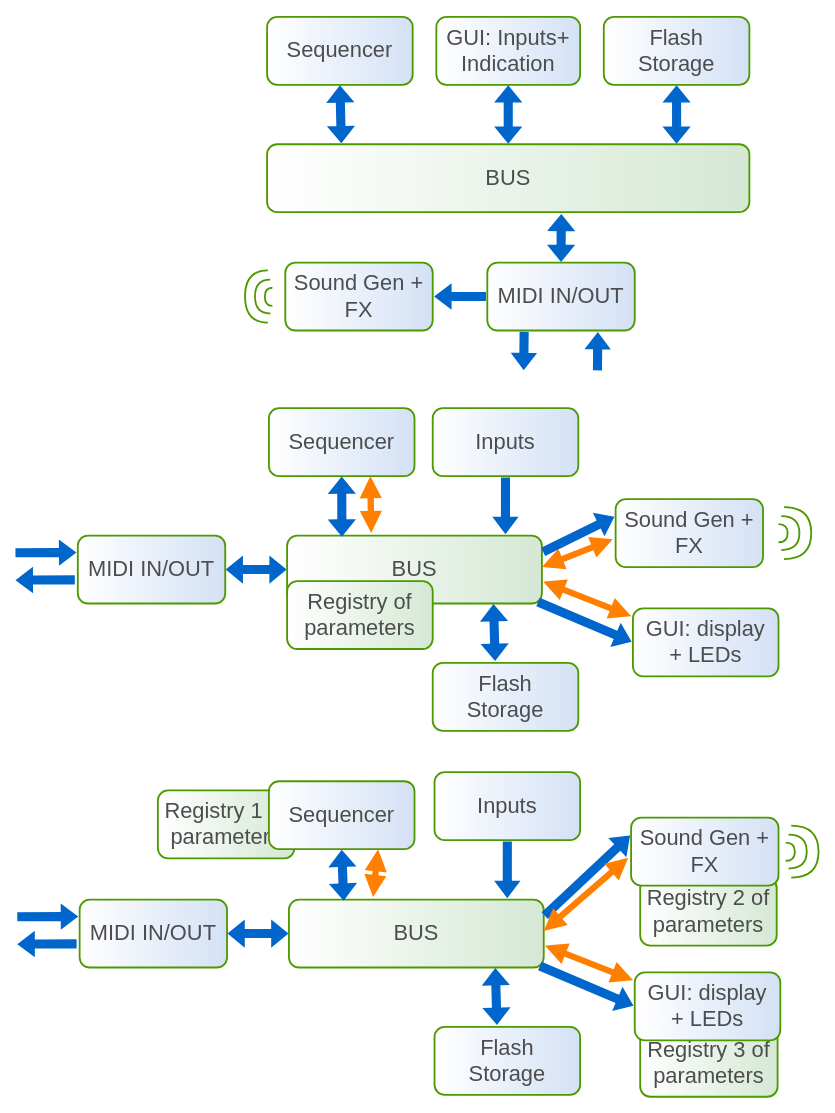
Earlier version of the draw.io diagram hardware/Thing.drawio (copych/AcidBox). Source tidied: cells renumbered, new cells numbered last; positions are measured from the earlier drawing's top-left corner, leaving out a move shared by most shapes. Both pictures are drawn from the tidied source at 91%, with x=0, y=0 at pixel (14, 16).
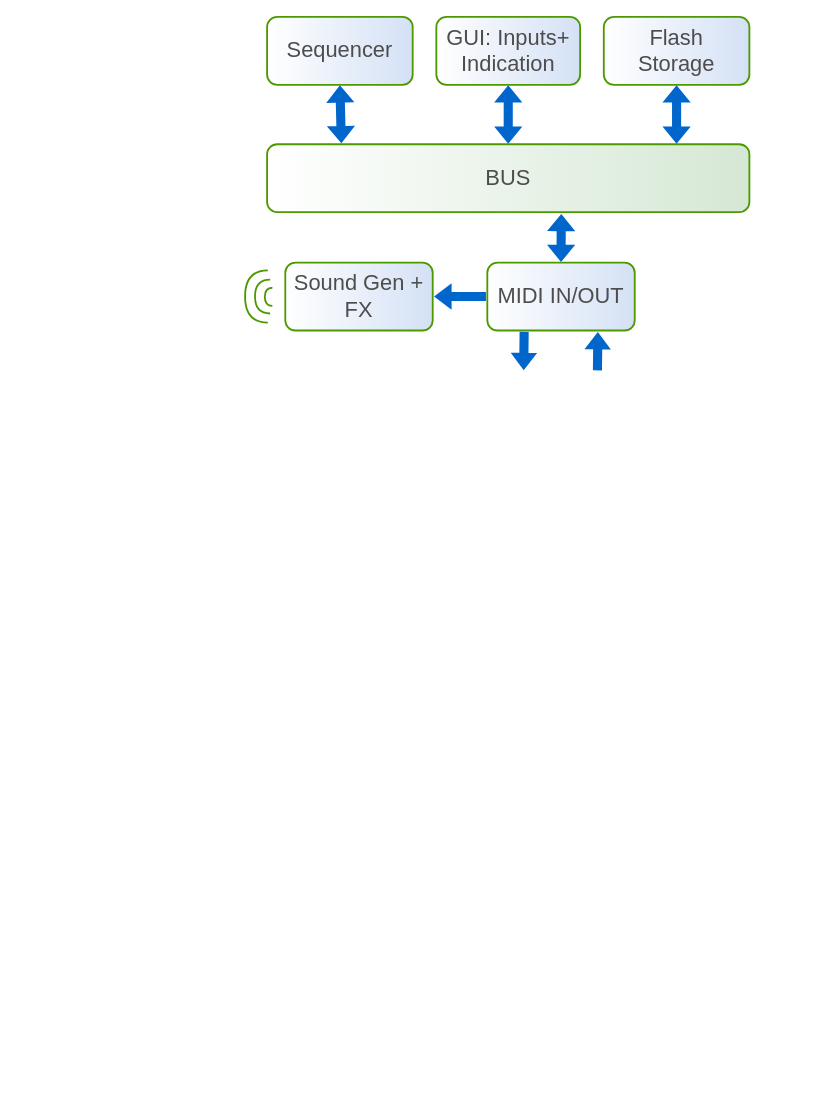
After the change.

Change to the diagram source:
```diff
@@
-    <mxCell id="2" value="Registry 1 of&lt;br&gt;parameters" style="rounded=1;whiteSpace=wrap;html=1;shadow=0;strokeWidth=2;fillColor=#D5E8D4;gradientColor=#ffffff;fontFamily=Helvetica;fontSize=24;align=center;strokeColor=#4D9900;gradientDirection=west;fontColor=#4D4D4D;" parent="1" vertex="1">
-      <mxGeometry x="158" y="850" width="150" height="74.7" as="geometry" />
-    </mxCell>
-    <mxCell id="3" value="Registry 3 of&lt;br&gt;parameters" style="rounded=1;whiteSpace=wrap;html=1;shadow=0;strokeWidth=2;fillColor=#D5E8D4;gradientColor=#ffffff;fontFamily=Helvetica;fontSize=24;align=center;strokeColor=#4D9900;gradientDirection=west;fontColor=#4D4D4D;" parent="1" vertex="1">
-      <mxGeometry x="688" y="1112" width="151" height="74.7" as="geometry" />
-    </mxCell>
-    <mxCell id="4" value="Registry 2 of&lt;br&gt;parameters" style="rounded=1;whiteSpace=wrap;html=1;shadow=0;strokeWidth=2;fillColor=#D5E8D4;gradientColor=#ffffff;fontFamily=Helvetica;fontSize=24;align=center;strokeColor=#4D9900;gradientDirection=west;fontColor=#4D4D4D;" parent="1" vertex="1">
-      <mxGeometry x="688" y="946" width="150" height="74.7" as="geometry" />
-    </mxCell>
@@
-    <mxCell id="21" value="MIDI IN/OUT" style="rounded=1;whiteSpace=wrap;html=1;shadow=0;strokeWidth=2;fillColor=#D4E1F5;gradientColor=#ffffff;fontFamily=Helvetica;fontSize=24;align=center;strokeColor=#4D9900;gradientDirection=west;fontColor=#4D4D4D;" parent="1" vertex="1">
-      <mxGeometry x="70" y="570" width="162" height="74.7" as="geometry" />
-    </mxCell>
-    <mxCell id="22" value="Sound Gen + FX" style="rounded=1;whiteSpace=wrap;html=1;shadow=0;strokeWidth=2;fillColor=#D4E1F5;gradientColor=#ffffff;fontFamily=Helvetica;fontSize=24;align=center;strokeColor=#4D9900;gradientDirection=west;fontColor=#4D4D4D;" parent="1" vertex="1">
-      <mxGeometry x="661" y="530" width="162" height="74.7" as="geometry" />
-    </mxCell>
-    <mxCell id="23" value="BUS" style="rounded=1;whiteSpace=wrap;html=1;shadow=0;strokeWidth=2;fillColor=#D5E8D4;gradientColor=#ffffff;fontFamily=Helvetica;fontSize=24;align=center;strokeColor=#4D9900;gradientDirection=west;fontColor=#4D4D4D;" parent="1" vertex="1">
-      <mxGeometry x="300" y="570" width="280" height="74.7" as="geometry" />
-    </mxCell>
-    <mxCell id="24" value="Flash&lt;br&gt;Storage" style="rounded=1;whiteSpace=wrap;html=1;shadow=0;strokeWidth=2;fillColor=#D4E1F5;gradientColor=#ffffff;fontFamily=Helvetica;fontSize=24;align=center;strokeColor=#4D9900;gradientDirection=west;fontColor=#4D4D4D;" parent="1" vertex="1">
-      <mxGeometry x="460" y="710" width="160" height="74.7" as="geometry" />
-    </mxCell>
-    <mxCell id="25" value="GUI: display &lt;br&gt;+ LEDs" style="rounded=1;whiteSpace=wrap;html=1;shadow=0;strokeWidth=2;fillColor=#D4E1F5;gradientColor=#ffffff;fontFamily=Helvetica;fontSize=24;align=center;strokeColor=#4D9900;gradientDirection=west;fontColor=#4D4D4D;" parent="1" vertex="1">
-      <mxGeometry x="680" y="650" width="160" height="74.7" as="geometry" />
-    </mxCell>
-    <mxCell id="26" style="edgeStyle=none;rounded=0;html=1;shadow=0;endArrow=blockThin;endFill=1;jettySize=auto;strokeWidth=3;fontFamily=Helvetica;fontSize=18;align=center;shape=flexArrow;strokeColor=none;fillColor=#0066CC;endWidth=16;endSize=5.42;width=8;sourcePerimeterSpacing=-2;dashed=1;fontColor=#4D4D4D;entryX=0;entryY=0.25;entryDx=0;entryDy=0;" parent="1" edge="1" target="21">
-      <mxGeometry relative="1" as="geometry">
-        <mxPoint y="589" as="sourcePoint" />
-      </mxGeometry>
-    </mxCell>
-    <mxCell id="27" style="edgeStyle=none;rounded=0;html=1;shadow=0;endArrow=blockThin;endFill=1;jettySize=auto;strokeWidth=3;fontFamily=Helvetica;fontSize=18;align=center;shape=flexArrow;strokeColor=none;fillColor=#0066CC;endWidth=16;endSize=5.42;width=8;sourcePerimeterSpacing=-2;dashed=1;fontColor=#4D4D4D;exitX=-0.011;exitY=0.653;exitDx=0;exitDy=0;exitPerimeter=0;" parent="1" edge="1" source="21">
-      <mxGeometry relative="1" as="geometry">
-        <mxPoint y="619" as="targetPoint" />
-      </mxGeometry>
-    </mxCell>
-    <mxCell id="28" style="edgeStyle=none;rounded=0;html=1;shadow=0;endArrow=blockThin;endFill=1;jettySize=auto;strokeWidth=3;fontFamily=Helvetica;fontSize=18;align=center;shape=flexArrow;strokeColor=none;fillColor=#0066CC;endWidth=16;endSize=5.42;width=8;sourcePerimeterSpacing=-2;dashed=1;fontColor=#4D4D4D;entryX=0;entryY=0.25;entryDx=0;entryDy=0;exitX=1;exitY=0.25;exitDx=0;exitDy=0;" parent="1" edge="1" source="23" target="22">
-      <mxGeometry relative="1" as="geometry" />
-    </mxCell>
-    <mxCell id="29" value="Sequencer" style="rounded=1;whiteSpace=wrap;html=1;shadow=0;strokeWidth=2;fillColor=#D4E1F5;gradientColor=#ffffff;fontFamily=Helvetica;fontSize=24;align=center;strokeColor=#4D9900;gradientDirection=west;fontColor=#4D4D4D;" parent="1" vertex="1">
-      <mxGeometry x="280" y="430" width="160" height="74.7" as="geometry" />
-    </mxCell>
-    <mxCell id="30" value="Inputs" style="rounded=1;whiteSpace=wrap;html=1;shadow=0;strokeWidth=2;fillColor=#D4E1F5;gradientColor=#ffffff;fontFamily=Helvetica;fontSize=24;align=center;strokeColor=#4D9900;gradientDirection=west;fontColor=#4D4D4D;" parent="1" vertex="1">
-      <mxGeometry x="460" y="430" width="160" height="74.7" as="geometry" />
-    </mxCell>
-    <mxCell id="31" style="edgeStyle=none;rounded=0;html=1;shadow=0;endArrow=blockThin;endFill=1;jettySize=auto;strokeWidth=3;fontFamily=Helvetica;fontSize=18;align=center;shape=flexArrow;strokeColor=none;fillColor=#0066CC;endWidth=16;endSize=5.42;width=8;sourcePerimeterSpacing=-2;dashed=1;fontColor=#4D4D4D;entryX=0.857;entryY=0;entryDx=0;entryDy=0;entryPerimeter=0;exitX=0.5;exitY=1;exitDx=0;exitDy=0;" parent="1" edge="1" source="30" target="23">
-      <mxGeometry relative="1" as="geometry" />
-    </mxCell>
-    <mxCell id="32" style="shape=flexArrow;endArrow=classic;startArrow=classic;html=1;rounded=0;fillColor=#0066CC;strokeColor=none;entryX=0;entryY=0.5;entryDx=0;entryDy=0;exitX=1;exitY=0.5;exitDx=0;exitDy=0;" parent="1" edge="1" source="21" target="23">
-      <mxGeometry relative="1" as="geometry" />
-    </mxCell>
-    <mxCell id="33" style="shape=flexArrow;endArrow=classic;startArrow=classic;html=1;rounded=0;fillColor=#0066CC;strokeColor=none;entryX=0.5;entryY=1;entryDx=0;entryDy=0;exitX=0.215;exitY=0.023;exitDx=0;exitDy=0;exitPerimeter=0;" parent="1" edge="1" source="23" target="29">
-      <mxGeometry relative="1" as="geometry" />
-    </mxCell>
-    <mxCell id="34" style="shape=flexArrow;endArrow=classic;startArrow=classic;html=1;rounded=0;fillColor=#0066CC;strokeColor=none;exitX=0.429;exitY=-0.023;exitDx=0;exitDy=0;entryX=0.81;entryY=1.002;entryDx=0;entryDy=0;entryPerimeter=0;exitPerimeter=0;" parent="1" edge="1" source="24" target="23">
-      <mxGeometry relative="1" as="geometry" />
-    </mxCell>
-    <mxCell id="35" value="Registry of&lt;br&gt;parameters" style="rounded=1;whiteSpace=wrap;html=1;shadow=0;strokeWidth=2;fillColor=#D5E8D4;gradientColor=#ffffff;fontFamily=Helvetica;fontSize=24;align=center;strokeColor=#4D9900;gradientDirection=west;fontColor=#4D4D4D;" parent="1" vertex="1">
-      <mxGeometry x="300" y="620" width="160" height="74.7" as="geometry" />
-    </mxCell>
-    <mxCell id="36" style="edgeStyle=none;rounded=0;html=1;shadow=0;endArrow=blockThin;endFill=1;jettySize=auto;strokeWidth=3;fontFamily=Helvetica;fontSize=18;align=center;shape=flexArrow;strokeColor=none;fillColor=#0066CC;endWidth=16;endSize=5.42;width=8;sourcePerimeterSpacing=-2;dashed=1;fontColor=#4D4D4D;entryX=0;entryY=0.5;entryDx=0;entryDy=0;exitX=0.98;exitY=0.97;exitDx=0;exitDy=0;exitPerimeter=0;" parent="1" edge="1" source="23" target="25">
-      <mxGeometry relative="1" as="geometry" />
-    </mxCell>
-    <mxCell id="37" style="group;" parent="1" vertex="1">
-      <mxGeometry x="840" y="538.7" width="36" height="57.3" as="geometry" />
-    </mxCell>
-    <mxCell id="38" style="shape=requiredInterface;html=1;verticalLabelPosition=bottom;sketch=0;strokeWidth=2;fillColor=none;strokeColor=light-dark(#4d9900, #ededed);" parent="37" vertex="1">
-      <mxGeometry y="18.7" width="10" height="20" as="geometry" />
-    </mxCell>
-    <mxCell id="39" style="shape=requiredInterface;html=1;verticalLabelPosition=bottom;sketch=0;strokeWidth=2;fillColor=none;strokeColor=light-dark(#4d9900, #ededed);" parent="37" vertex="1">
-      <mxGeometry x="3" y="10" width="20" height="37.3" as="geometry" />
-    </mxCell>
-    <mxCell id="40" style="shape=requiredInterface;html=1;verticalLabelPosition=bottom;sketch=0;strokeWidth=2;fillColor=none;strokeColor=light-dark(#4d9900, #ededed);" parent="37" vertex="1">
-      <mxGeometry x="6" width="30" height="57.3" as="geometry" />
-    </mxCell>
-    <mxCell id="41" style="endArrow=block;startArrow=block;html=1;rounded=0;exitX=-0.011;exitY=0.117;exitDx=0;exitDy=0;strokeColor=#FF8000;strokeWidth=7;startFill=1;endFill=1;entryX=1.005;entryY=0.679;entryDx=0;entryDy=0;entryPerimeter=0;exitPerimeter=0;" parent="1" edge="1" source="25" target="23">
-      <mxGeometry relative="1" as="geometry" />
-    </mxCell>
-    <mxCell id="42" style="endArrow=block;startArrow=block;html=1;rounded=0;exitX=0.33;exitY=-0.037;exitDx=0;exitDy=0;strokeColor=#FF8000;strokeWidth=7;startFill=1;endFill=1;entryX=1.005;entryY=0.679;entryDx=0;entryDy=0;entryPerimeter=0;exitPerimeter=0;" parent="1" edge="1" source="23">
-      <mxGeometry relative="1" as="geometry">
-        <mxPoint x="391.5" y="504.7" as="targetPoint" />
-      </mxGeometry>
-    </mxCell>
-    <mxCell id="43" style="endArrow=block;startArrow=block;html=1;rounded=0;exitX=-0.019;exitY=0.589;exitDx=0;exitDy=0;strokeColor=#FF8000;strokeWidth=7;startFill=1;endFill=1;entryX=1.005;entryY=0.679;entryDx=0;entryDy=0;entryPerimeter=0;exitPerimeter=0;" parent="1" edge="1" source="22">
-      <mxGeometry relative="1" as="geometry">
-        <mxPoint x="580" y="604.7" as="targetPoint" />
-      </mxGeometry>
-    </mxCell>
-    <mxCell id="44" value="MIDI IN/OUT" style="rounded=1;whiteSpace=wrap;html=1;shadow=0;strokeWidth=2;fillColor=#D4E1F5;gradientColor=#ffffff;fontFamily=Helvetica;fontSize=24;align=center;strokeColor=#4D9900;gradientDirection=west;fontColor=#4D4D4D;" parent="1" vertex="1">
-      <mxGeometry x="72" y="970" width="162" height="74.7" as="geometry" />
-    </mxCell>
-    <mxCell id="45" value="Sound Gen + FX" style="rounded=1;whiteSpace=wrap;html=1;shadow=0;strokeWidth=2;fillColor=#D4E1F5;gradientColor=#ffffff;fontFamily=Helvetica;fontSize=24;align=center;strokeColor=#4D9900;gradientDirection=west;fontColor=#4D4D4D;" parent="1" vertex="1">
-      <mxGeometry x="678" y="880" width="162" height="74.7" as="geometry" />
-    </mxCell>
-    <mxCell id="46" value="BUS" style="rounded=1;whiteSpace=wrap;html=1;shadow=0;strokeWidth=2;fillColor=#D5E8D4;gradientColor=#ffffff;fontFamily=Helvetica;fontSize=24;align=center;strokeColor=#4D9900;gradientDirection=west;fontColor=#4D4D4D;" parent="1" vertex="1">
-      <mxGeometry x="302" y="970" width="280" height="74.7" as="geometry" />
-    </mxCell>
-    <mxCell id="47" value="Flash&lt;br&gt;Storage" style="rounded=1;whiteSpace=wrap;html=1;shadow=0;strokeWidth=2;fillColor=#D4E1F5;gradientColor=#ffffff;fontFamily=Helvetica;fontSize=24;align=center;strokeColor=#4D9900;gradientDirection=west;fontColor=#4D4D4D;" parent="1" vertex="1">
-      <mxGeometry x="462" y="1110" width="160" height="74.7" as="geometry" />
-    </mxCell>
-    <mxCell id="48" value="GUI: display &lt;br&gt;+ LEDs" style="rounded=1;whiteSpace=wrap;html=1;shadow=0;strokeWidth=2;fillColor=#D4E1F5;gradientColor=#ffffff;fontFamily=Helvetica;fontSize=24;align=center;strokeColor=#4D9900;gradientDirection=west;fontColor=#4D4D4D;" parent="1" vertex="1">
-      <mxGeometry x="682" y="1050" width="160" height="74.7" as="geometry" />
-    </mxCell>
-    <mxCell id="49" style="edgeStyle=none;rounded=0;html=1;shadow=0;endArrow=blockThin;endFill=1;jettySize=auto;strokeWidth=3;fontFamily=Helvetica;fontSize=18;align=center;shape=flexArrow;strokeColor=none;fillColor=#0066CC;endWidth=16;endSize=5.42;width=8;sourcePerimeterSpacing=-2;dashed=1;fontColor=#4D4D4D;entryX=0;entryY=0.25;entryDx=0;entryDy=0;" parent="1" edge="1" target="44">
-      <mxGeometry relative="1" as="geometry">
-        <mxPoint x="2" y="989" as="sourcePoint" />
-      </mxGeometry>
-    </mxCell>
-    <mxCell id="50" style="edgeStyle=none;rounded=0;html=1;shadow=0;endArrow=blockThin;endFill=1;jettySize=auto;strokeWidth=3;fontFamily=Helvetica;fontSize=18;align=center;shape=flexArrow;strokeColor=none;fillColor=#0066CC;endWidth=16;endSize=5.42;width=8;sourcePerimeterSpacing=-2;dashed=1;fontColor=#4D4D4D;exitX=-0.011;exitY=0.653;exitDx=0;exitDy=0;exitPerimeter=0;" parent="1" edge="1" source="44">
-      <mxGeometry relative="1" as="geometry">
-        <mxPoint x="2" y="1019" as="targetPoint" />
-      </mxGeometry>
-    </mxCell>
-    <mxCell id="51" style="edgeStyle=none;rounded=0;html=1;shadow=0;endArrow=blockThin;endFill=1;jettySize=auto;strokeWidth=3;fontFamily=Helvetica;fontSize=18;align=center;shape=flexArrow;strokeColor=none;fillColor=#0066CC;endWidth=16;endSize=5.42;width=8;sourcePerimeterSpacing=-2;dashed=1;fontColor=#4D4D4D;entryX=0;entryY=0.25;entryDx=0;entryDy=0;exitX=1;exitY=0.25;exitDx=0;exitDy=0;" parent="1" edge="1" source="46" target="45">
-      <mxGeometry relative="1" as="geometry" />
-    </mxCell>
-    <mxCell id="52" value="Sequencer" style="rounded=1;whiteSpace=wrap;html=1;shadow=0;strokeWidth=2;fillColor=#D4E1F5;gradientColor=#ffffff;fontFamily=Helvetica;fontSize=24;align=center;strokeColor=#4D9900;gradientDirection=west;fontColor=#4D4D4D;" parent="1" vertex="1">
-      <mxGeometry x="280" y="840" width="160" height="74.7" as="geometry" />
-    </mxCell>
-    <mxCell id="53" value="Inputs" style="rounded=1;whiteSpace=wrap;html=1;shadow=0;strokeWidth=2;fillColor=#D4E1F5;gradientColor=#ffffff;fontFamily=Helvetica;fontSize=24;align=center;strokeColor=#4D9900;gradientDirection=west;fontColor=#4D4D4D;" parent="1" vertex="1">
-      <mxGeometry x="462" y="830" width="160" height="74.7" as="geometry" />
-    </mxCell>
-    <mxCell id="54" style="edgeStyle=none;rounded=0;html=1;shadow=0;endArrow=blockThin;endFill=1;jettySize=auto;strokeWidth=3;fontFamily=Helvetica;fontSize=18;align=center;shape=flexArrow;strokeColor=none;fillColor=#0066CC;endWidth=16;endSize=5.42;width=8;sourcePerimeterSpacing=-2;dashed=1;fontColor=#4D4D4D;entryX=0.857;entryY=0;entryDx=0;entryDy=0;entryPerimeter=0;exitX=0.5;exitY=1;exitDx=0;exitDy=0;" parent="1" edge="1" source="53" target="46">
-      <mxGeometry relative="1" as="geometry" />
-    </mxCell>
-    <mxCell id="55" style="shape=flexArrow;endArrow=classic;startArrow=classic;html=1;rounded=0;fillColor=#0066CC;strokeColor=none;entryX=0;entryY=0.5;entryDx=0;entryDy=0;exitX=1;exitY=0.5;exitDx=0;exitDy=0;" parent="1" edge="1" source="44" target="46">
-      <mxGeometry relative="1" as="geometry" />
-    </mxCell>
-    <mxCell id="56" style="shape=flexArrow;endArrow=classic;startArrow=classic;html=1;rounded=0;fillColor=#0066CC;strokeColor=none;entryX=0.5;entryY=1;entryDx=0;entryDy=0;exitX=0.215;exitY=0.023;exitDx=0;exitDy=0;exitPerimeter=0;" parent="1" edge="1" source="46" target="52">
-      <mxGeometry relative="1" as="geometry" />
-    </mxCell>
-    <mxCell id="57" style="shape=flexArrow;endArrow=classic;startArrow=classic;html=1;rounded=0;fillColor=#0066CC;strokeColor=none;exitX=0.429;exitY=-0.023;exitDx=0;exitDy=0;entryX=0.81;entryY=1.002;entryDx=0;entryDy=0;entryPerimeter=0;exitPerimeter=0;" parent="1" edge="1" source="47" target="46">
-      <mxGeometry relative="1" as="geometry" />
-    </mxCell>
-    <mxCell id="58" style="edgeStyle=none;rounded=0;html=1;shadow=0;endArrow=blockThin;endFill=1;jettySize=auto;strokeWidth=3;fontFamily=Helvetica;fontSize=18;align=center;shape=flexArrow;strokeColor=none;fillColor=#0066CC;endWidth=16;endSize=5.42;width=8;sourcePerimeterSpacing=-2;dashed=1;fontColor=#4D4D4D;entryX=0;entryY=0.5;entryDx=0;entryDy=0;exitX=0.98;exitY=0.97;exitDx=0;exitDy=0;exitPerimeter=0;" parent="1" edge="1" source="46" target="48">
-      <mxGeometry relative="1" as="geometry" />
-    </mxCell>
-    <mxCell id="59" style="group;" parent="1" vertex="1">
-      <mxGeometry x="848" y="888.7" width="36" height="57.3" as="geometry" />
-    </mxCell>
-    <mxCell id="60" style="shape=requiredInterface;html=1;verticalLabelPosition=bottom;sketch=0;strokeWidth=2;fillColor=none;strokeColor=light-dark(#4d9900, #ededed);" parent="59" vertex="1">
-      <mxGeometry y="18.7" width="10" height="20" as="geometry" />
-    </mxCell>
-    <mxCell id="61" style="shape=requiredInterface;html=1;verticalLabelPosition=bottom;sketch=0;strokeWidth=2;fillColor=none;strokeColor=light-dark(#4d9900, #ededed);" parent="59" vertex="1">
-      <mxGeometry x="3" y="10" width="20" height="37.3" as="geometry" />
-    </mxCell>
-    <mxCell id="62" style="shape=requiredInterface;html=1;verticalLabelPosition=bottom;sketch=0;strokeWidth=2;fillColor=none;strokeColor=light-dark(#4d9900, #ededed);" parent="59" vertex="1">
-      <mxGeometry x="6" width="30" height="57.3" as="geometry" />
-    </mxCell>
-    <mxCell id="63" style="endArrow=block;startArrow=block;html=1;rounded=0;exitX=-0.011;exitY=0.117;exitDx=0;exitDy=0;strokeColor=#FF8000;strokeWidth=7;startFill=1;endFill=1;entryX=1.005;entryY=0.679;entryDx=0;entryDy=0;entryPerimeter=0;exitPerimeter=0;" parent="1" edge="1" source="48" target="46">
-      <mxGeometry relative="1" as="geometry" />
-    </mxCell>
-    <mxCell id="64" style="endArrow=block;startArrow=block;html=1;rounded=0;exitX=0.33;exitY=-0.037;exitDx=0;exitDy=0;strokeColor=#FF8000;strokeWidth=7;startFill=1;endFill=1;entryX=0.75;entryY=1;entryDx=0;entryDy=0;exitPerimeter=0;" parent="1" edge="1" source="46" target="52">
-      <mxGeometry relative="1" as="geometry" />
-    </mxCell>
-    <mxCell id="65" style="endArrow=block;startArrow=block;html=1;rounded=0;exitX=-0.019;exitY=0.589;exitDx=0;exitDy=0;strokeColor=#FF8000;strokeWidth=7;startFill=1;endFill=1;entryX=1.005;entryY=0.679;entryDx=0;entryDy=0;entryPerimeter=0;exitPerimeter=0;" parent="1" edge="1" source="45">
-      <mxGeometry relative="1" as="geometry">
-        <mxPoint x="582" y="1004.7" as="targetPoint" />
-      </mxGeometry>
-    </mxCell>
```
